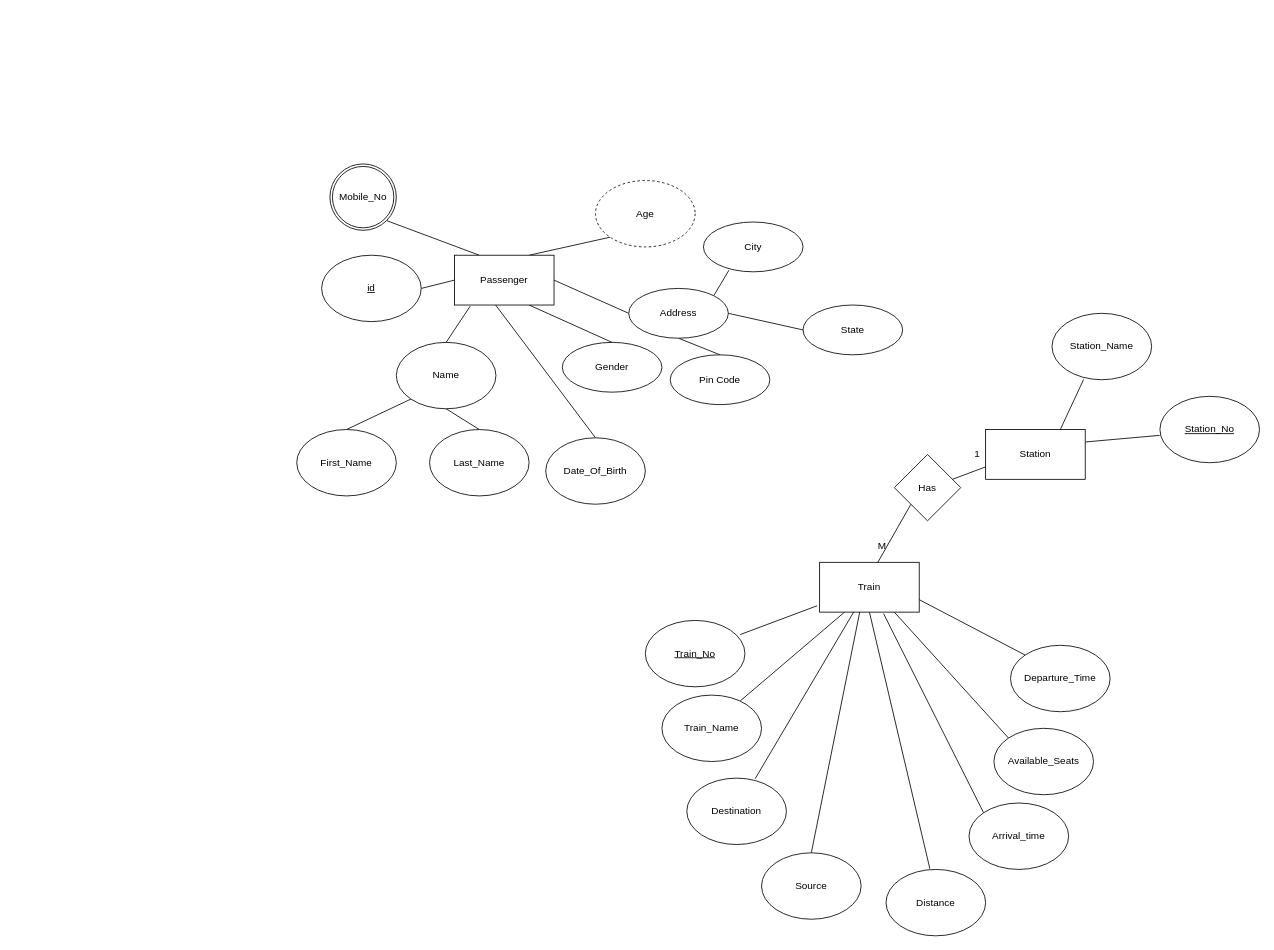
Above: Railway-Management-System.drawio in TopVirusMinus/Railway-Management-System-Database (draw.io), before the change. Source tidied: cells renumbered, new cells numbered last; positions are measured from the earlier drawing's top-left corner, leaving out a move shared by most shapes. Both pictures are drawn from the tidied source at 83%, with x=0, y=0 at pixel (296, 164).
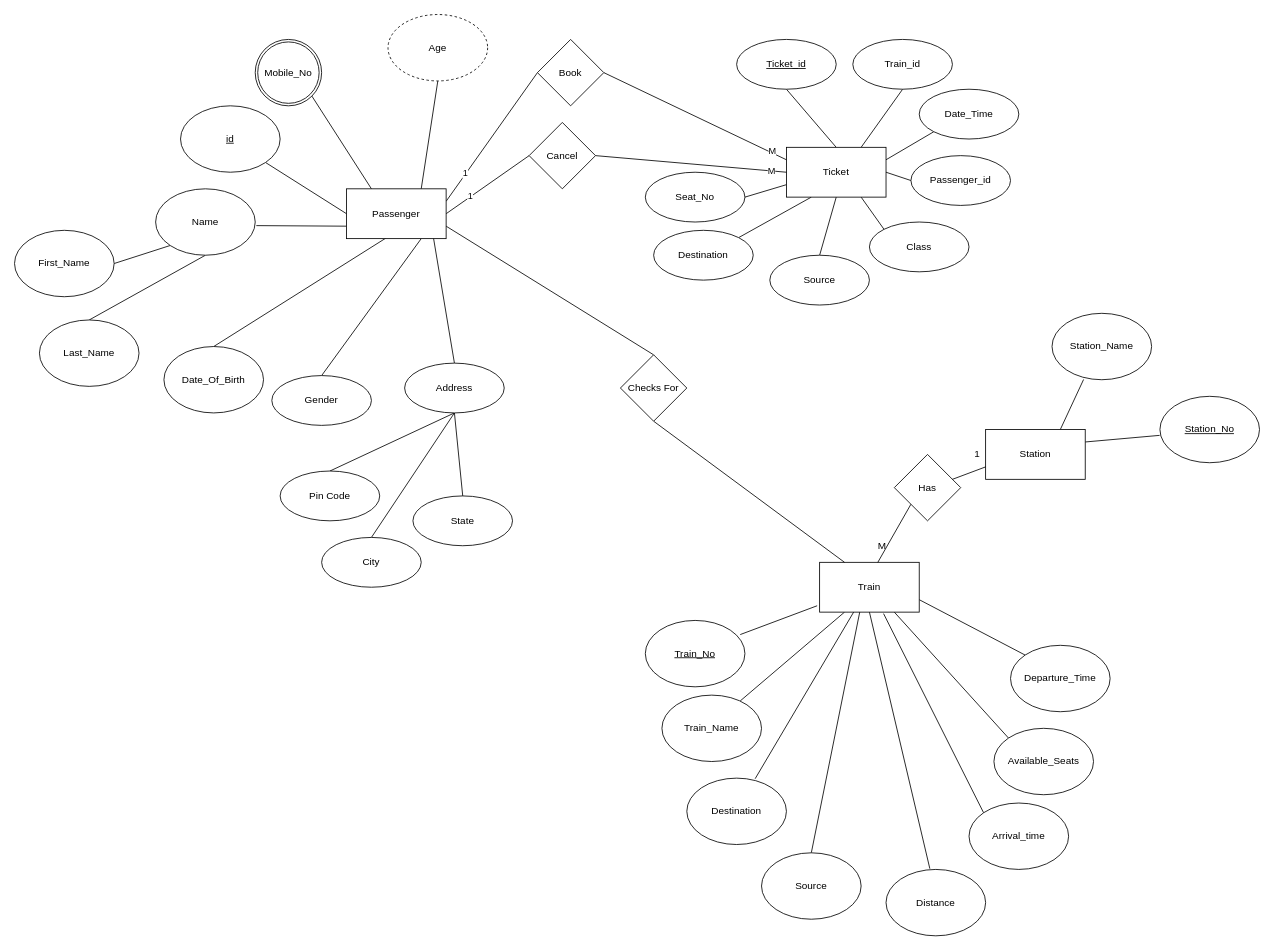
After the change.

Commit message:
Added ticket entity

Unchanged cells that the change refers to:
```xml
<mxCell id="11" value="Train" style="rounded=0;whiteSpace=wrap;html=1;hachureGap=4;" parent="1" vertex="1">
  <mxGeometry x="630" y="480" width="120" height="60" as="geometry" />
</mxCell>
```

Change to the diagram source:
```diff
@@
-    <mxCell id="29" style="endArrow=none;html=1;rounded=0;sourcePerimeterSpacing=8;targetPerimeterSpacing=8;entryX=1;entryY=0.5;entryDx=0;entryDy=0;exitX=0;exitY=0.5;exitDx=0;exitDy=0;" parent="1" edge="1" source="36" target="40">
+    <mxCell id="29" style="endArrow=none;html=1;rounded=0;sourcePerimeterSpacing=8;targetPerimeterSpacing=8;entryX=1;entryY=1;entryDx=0;entryDy=0;exitX=0;exitY=0.5;exitDx=0;exitDy=0;" parent="1" edge="1" source="36" target="40">
       <mxGeometry relative="1" as="geometry" />
     </mxCell>
@@
-    <mxCell id="32" style="endArrow=none;html=1;rounded=0;sourcePerimeterSpacing=8;targetPerimeterSpacing=8;entryX=0;entryY=1;entryDx=0;entryDy=0;exitX=0.75;exitY=0;exitDx=0;exitDy=0;" parent="1" edge="1" source="36" target="38">
+    <mxCell id="32" style="endArrow=none;html=1;rounded=0;sourcePerimeterSpacing=8;targetPerimeterSpacing=8;entryX=0.5;entryY=1;entryDx=0;entryDy=0;exitX=0.75;exitY=0;exitDx=0;exitDy=0;" parent="1" edge="1" source="36" target="38">
       <mxGeometry relative="1" as="geometry" />
     </mxCell>
-    <mxCell id="33" style="endArrow=none;html=1;rounded=0;sourcePerimeterSpacing=8;targetPerimeterSpacing=8;entryX=0.5;entryY=0;entryDx=0;entryDy=0;exitX=0.159;exitY=1.021;exitDx=0;exitDy=0;exitPerimeter=0;" parent="1" edge="1" source="36" target="43">
+    <mxCell id="33" style="endArrow=none;html=1;rounded=0;sourcePerimeterSpacing=8;targetPerimeterSpacing=8;entryX=1.011;entryY=0.554;entryDx=0;entryDy=0;exitX=0;exitY=0.75;exitDx=0;exitDy=0;entryPerimeter=0;" parent="1" edge="1" source="36" target="43">
       <mxGeometry relative="1" as="geometry" />
     </mxCell>
@@
-    <mxCell id="35" style="endArrow=none;html=1;rounded=0;sourcePerimeterSpacing=8;targetPerimeterSpacing=8;entryX=0;entryY=0.5;entryDx=0;entryDy=0;exitX=1;exitY=0.5;exitDx=0;exitDy=0;" parent="1" edge="1" source="36" target="50">
+    <mxCell id="35" style="endArrow=none;html=1;rounded=0;sourcePerimeterSpacing=8;targetPerimeterSpacing=8;entryX=0.5;entryY=0;entryDx=0;entryDy=0;exitX=0.873;exitY=0.984;exitDx=0;exitDy=0;exitPerimeter=0;" parent="1" edge="1" source="36" target="50">
       <mxGeometry relative="1" as="geometry" />
     </mxCell>
+    <mxCell id="54" style="endArrow=none;html=1;rounded=0;sourcePerimeterSpacing=8;targetPerimeterSpacing=8;entryX=0;entryY=0.5;entryDx=0;entryDy=0;exitX=1;exitY=0.25;exitDx=0;exitDy=0;" parent="1" edge="1" source="36" target="78">
+      <mxGeometry relative="1" as="geometry" />
+    </mxCell>
+    <mxCell id="55" value="1" style="edgeLabel;html=1;align=center;verticalAlign=middle;" parent="54" vertex="1">
+      <mxGeometry x="-0.57" y="1" relative="1" as="geometry" />
+    </mxCell>
+    <mxCell id="56" style="endArrow=none;html=1;rounded=0;sourcePerimeterSpacing=8;targetPerimeterSpacing=8;entryX=0;entryY=0.5;entryDx=0;entryDy=0;exitX=1;exitY=0.5;exitDx=0;exitDy=0;" parent="1" edge="1" source="36" target="81">
+      <mxGeometry relative="1" as="geometry" />
+    </mxCell>
+    <mxCell id="57" value="1" style="edgeLabel;html=1;align=center;verticalAlign=middle;" parent="56" vertex="1">
+      <mxGeometry x="-0.41" y="1" relative="1" as="geometry" />
+    </mxCell>
+    <mxCell id="58" style="endArrow=none;html=1;rounded=0;sourcePerimeterSpacing=8;targetPerimeterSpacing=8;entryX=0.5;entryY=0;entryDx=0;entryDy=0;exitX=1;exitY=0.75;exitDx=0;exitDy=0;" parent="1" edge="1" source="36" target="83">
+      <mxGeometry relative="1" as="geometry" />
+    </mxCell>
     <mxCell id="36" value="Passenger" style="rounded=0;whiteSpace=wrap;html=1;hachureGap=4;" parent="1" vertex="1">
-      <mxGeometry x="190" y="110" width="120" height="60" as="geometry" />
+      <mxGeometry x="60" y="30" width="120" height="60" as="geometry" />
     </mxCell>
     <mxCell id="37" value="Date_Of_Birth" style="ellipse;whiteSpace=wrap;html=1;hachureGap=4;" parent="1" vertex="1">
-      <mxGeometry x="300" y="330" width="120" height="80" as="geometry" />
+      <mxGeometry x="-160" y="220" width="120" height="80" as="geometry" />
     </mxCell>
     <mxCell id="38" value="Age" style="ellipse;whiteSpace=wrap;html=1;hachureGap=4;dashed=1;" parent="1" vertex="1">
-      <mxGeometry x="360" y="20" width="120" height="80" as="geometry" />
+      <mxGeometry x="110" y="-180" width="120" height="80" as="geometry" />
     </mxCell>
     <mxCell id="39" value="Mobile_No" style="ellipse;shape=doubleEllipse;whiteSpace=wrap;html=1;hachureGap=4;margin=3;" parent="1" vertex="1">
-      <mxGeometry x="40" width="80" height="80" as="geometry" />
+      <mxGeometry x="-50" y="-150" width="80" height="80" as="geometry" />
     </mxCell>
     <mxCell id="40" value="&lt;u&gt;id&lt;/u&gt;" style="ellipse;whiteSpace=wrap;html=1;hachureGap=4;" parent="1" vertex="1">
-      <mxGeometry x="30" y="110" width="120" height="80" as="geometry" />
+      <mxGeometry x="-140" y="-70" width="120" height="80" as="geometry" />
     </mxCell>
-    <mxCell id="41" style="endArrow=none;html=1;rounded=0;sourcePerimeterSpacing=8;targetPerimeterSpacing=8;entryX=0.5;entryY=0;entryDx=0;entryDy=0;exitX=0;exitY=1;exitDx=0;exitDy=0;" parent="1" edge="1" source="43" target="44">
+    <mxCell id="41" style="endArrow=none;html=1;rounded=0;sourcePerimeterSpacing=8;targetPerimeterSpacing=8;entryX=1;entryY=0.5;entryDx=0;entryDy=0;exitX=0;exitY=1;exitDx=0;exitDy=0;" parent="1" edge="1" source="43" target="44">
       <mxGeometry relative="1" as="geometry" />
     </mxCell>
@@
     <mxCell id="43" value="Name" style="ellipse;whiteSpace=wrap;html=1;hachureGap=4;" parent="1" vertex="1">
-      <mxGeometry x="120" y="215" width="120" height="80" as="geometry" />
+      <mxGeometry x="-170" y="30" width="120" height="80" as="geometry" />
     </mxCell>
     <mxCell id="44" value="First_Name" style="ellipse;whiteSpace=wrap;html=1;hachureGap=4;" parent="1" vertex="1">
-      <mxGeometry y="320" width="120" height="80" as="geometry" />
+      <mxGeometry x="-340" y="80" width="120" height="80" as="geometry" />
     </mxCell>
     <mxCell id="45" value="Last_Name" style="ellipse;whiteSpace=wrap;html=1;hachureGap=4;" parent="1" vertex="1">
-      <mxGeometry x="160" y="320" width="120" height="80" as="geometry" />
+      <mxGeometry x="-310" y="188" width="120" height="80" as="geometry" />
     </mxCell>
     <mxCell id="46" value="Gender" style="ellipse;whiteSpace=wrap;html=1;hachureGap=4;" parent="1" vertex="1">
-      <mxGeometry x="320" y="215" width="120" height="60" as="geometry" />
+      <mxGeometry x="-30" y="255" width="120" height="60" as="geometry" />
     </mxCell>
-    <mxCell id="47" style="endArrow=none;html=1;rounded=0;sourcePerimeterSpacing=8;targetPerimeterSpacing=8;entryX=0.256;entryY=0.968;entryDx=0;entryDy=0;exitX=1;exitY=0;exitDx=0;exitDy=0;entryPerimeter=0;" parent="1" edge="1" source="50" target="51">
+    <mxCell id="47" style="endArrow=none;html=1;rounded=0;sourcePerimeterSpacing=8;targetPerimeterSpacing=8;entryX=0.5;entryY=0;entryDx=0;entryDy=0;exitX=0.5;exitY=1;exitDx=0;exitDy=0;" parent="1" edge="1" source="50" target="51">
       <mxGeometry relative="1" as="geometry" />
     </mxCell>
@@
-    <mxCell id="49" style="endArrow=none;html=1;rounded=0;sourcePerimeterSpacing=8;targetPerimeterSpacing=8;entryX=0;entryY=0.5;entryDx=0;entryDy=0;exitX=1;exitY=0.5;exitDx=0;exitDy=0;" parent="1" edge="1" source="50" target="53">
+    <mxCell id="49" style="endArrow=none;html=1;rounded=0;sourcePerimeterSpacing=8;targetPerimeterSpacing=8;entryX=0.5;entryY=0;entryDx=0;entryDy=0;exitX=0.5;exitY=1;exitDx=0;exitDy=0;" parent="1" edge="1" source="50" target="53">
       <mxGeometry relative="1" as="geometry" />
     </mxCell>
     <mxCell id="50" value="Address" style="ellipse;whiteSpace=wrap;html=1;hachureGap=4;" parent="1" vertex="1">
-      <mxGeometry x="400" y="150" width="120" height="60" as="geometry" />
+      <mxGeometry x="130" y="240" width="120" height="60" as="geometry" />
     </mxCell>
     <mxCell id="51" value="City" style="ellipse;whiteSpace=wrap;html=1;hachureGap=4;" parent="1" vertex="1">
-      <mxGeometry x="490" y="70" width="120" height="60" as="geometry" />
+      <mxGeometry x="30" y="450" width="120" height="60" as="geometry" />
     </mxCell>
     <mxCell id="52" value="Pin Code" style="ellipse;whiteSpace=wrap;html=1;hachureGap=4;" parent="1" vertex="1">
-      <mxGeometry x="450" y="230" width="120" height="60" as="geometry" />
+      <mxGeometry x="-20" y="370" width="120" height="60" as="geometry" />
     </mxCell>
     <mxCell id="53" value="State" style="ellipse;whiteSpace=wrap;html=1;hachureGap=4;" parent="1" vertex="1">
-      <mxGeometry x="610" y="170" width="120" height="60" as="geometry" />
+      <mxGeometry x="140" y="400" width="120" height="60" as="geometry" />
     </mxCell>
+    <mxCell id="59" style="endArrow=none;html=1;rounded=0;sourcePerimeterSpacing=8;targetPerimeterSpacing=8;entryX=1;entryY=0.5;entryDx=0;entryDy=0;exitX=0;exitY=0.75;exitDx=0;exitDy=0;" parent="1" edge="1" source="67" target="68">
+      <mxGeometry relative="1" as="geometry" />
+    </mxCell>
+    <mxCell id="60" style="endArrow=none;html=1;rounded=0;sourcePerimeterSpacing=8;targetPerimeterSpacing=8;entryX=0.5;entryY=1;entryDx=0;entryDy=0;exitX=0.5;exitY=0;exitDx=0;exitDy=0;" parent="1" edge="1" source="67" target="75">
+      <mxGeometry relative="1" as="geometry" />
+    </mxCell>
+    <mxCell id="61" style="endArrow=none;html=1;rounded=0;sourcePerimeterSpacing=8;targetPerimeterSpacing=8;entryX=0.5;entryY=1;entryDx=0;entryDy=0;exitX=0.75;exitY=0;exitDx=0;exitDy=0;" parent="1" edge="1" source="67" target="74">
+      <mxGeometry relative="1" as="geometry" />
+    </mxCell>
+    <mxCell id="62" style="endArrow=none;html=1;rounded=0;sourcePerimeterSpacing=8;targetPerimeterSpacing=8;entryX=0;entryY=1;entryDx=0;entryDy=0;exitX=1;exitY=0.25;exitDx=0;exitDy=0;" parent="1" edge="1" source="67" target="73">
+      <mxGeometry relative="1" as="geometry" />
+    </mxCell>
+    <mxCell id="63" style="endArrow=none;html=1;rounded=0;sourcePerimeterSpacing=8;targetPerimeterSpacing=8;entryX=0;entryY=0.5;entryDx=0;entryDy=0;exitX=1;exitY=0.5;exitDx=0;exitDy=0;" parent="1" edge="1" source="67" target="72">
+      <mxGeometry relative="1" as="geometry" />
+    </mxCell>
+    <mxCell id="64" style="endArrow=none;html=1;rounded=0;sourcePerimeterSpacing=8;targetPerimeterSpacing=8;entryX=0;entryY=0;entryDx=0;entryDy=0;exitX=0.75;exitY=1;exitDx=0;exitDy=0;" parent="1" edge="1" source="67" target="71">
+      <mxGeometry relative="1" as="geometry" />
+    </mxCell>
+    <mxCell id="65" style="endArrow=none;html=1;rounded=0;sourcePerimeterSpacing=8;targetPerimeterSpacing=8;entryX=0.5;entryY=0;entryDx=0;entryDy=0;exitX=0.5;exitY=1;exitDx=0;exitDy=0;" parent="1" edge="1" source="67" target="70">
+      <mxGeometry relative="1" as="geometry" />
+    </mxCell>
+    <mxCell id="66" style="endArrow=none;html=1;rounded=0;sourcePerimeterSpacing=8;targetPerimeterSpacing=8;entryX=1;entryY=0;entryDx=0;entryDy=0;exitX=0.25;exitY=1;exitDx=0;exitDy=0;" parent="1" edge="1" source="67" target="69">
+      <mxGeometry relative="1" as="geometry" />
+    </mxCell>
+    <mxCell id="67" value="Ticket" style="rounded=0;whiteSpace=wrap;html=1;hachureGap=4;" parent="1" vertex="1">
+      <mxGeometry x="590" y="-20" width="120" height="60" as="geometry" />
+    </mxCell>
+    <mxCell id="68" value="Seat_No" style="ellipse;whiteSpace=wrap;html=1;hachureGap=4;" parent="1" vertex="1">
+      <mxGeometry x="420" y="10" width="120" height="60" as="geometry" />
+    </mxCell>
+    <mxCell id="69" value="Destination" style="ellipse;whiteSpace=wrap;html=1;hachureGap=4;" parent="1" vertex="1">
+      <mxGeometry x="430" y="80" width="120" height="60" as="geometry" />
+    </mxCell>
+    <mxCell id="70" value="Source" style="ellipse;whiteSpace=wrap;html=1;hachureGap=4;" parent="1" vertex="1">
+      <mxGeometry x="570" y="110" width="120" height="60" as="geometry" />
+    </mxCell>
+    <mxCell id="71" value="Class" style="ellipse;whiteSpace=wrap;html=1;hachureGap=4;" parent="1" vertex="1">
+      <mxGeometry x="690" y="70" width="120" height="60" as="geometry" />
+    </mxCell>
+    <mxCell id="72" value="Passenger_id" style="ellipse;whiteSpace=wrap;html=1;hachureGap=4;" parent="1" vertex="1">
+      <mxGeometry x="740" y="-10" width="120" height="60" as="geometry" />
+    </mxCell>
+    <mxCell id="73" value="Date_Time" style="ellipse;whiteSpace=wrap;html=1;hachureGap=4;" parent="1" vertex="1">
+      <mxGeometry x="750" y="-90" width="120" height="60" as="geometry" />
+    </mxCell>
+    <mxCell id="74" value="Train_id" style="ellipse;whiteSpace=wrap;html=1;hachureGap=4;" parent="1" vertex="1">
+      <mxGeometry x="670" y="-150" width="120" height="60" as="geometry" />
+    </mxCell>
+    <mxCell id="75" value="&lt;u&gt;Ticket_id&lt;/u&gt;" style="ellipse;whiteSpace=wrap;html=1;hachureGap=4;" parent="1" vertex="1">
+      <mxGeometry x="530" y="-150" width="120" height="60" as="geometry" />
+    </mxCell>
+    <mxCell id="76" style="endArrow=none;html=1;rounded=0;sourcePerimeterSpacing=8;targetPerimeterSpacing=8;entryX=0;entryY=0.25;entryDx=0;entryDy=0;exitX=1;exitY=0.5;exitDx=0;exitDy=0;" parent="1" edge="1" source="78" target="67">
+      <mxGeometry relative="1" as="geometry" />
+    </mxCell>
+    <mxCell id="77" value="M" style="edgeLabel;html=1;align=center;verticalAlign=middle;" parent="76" vertex="1">
+      <mxGeometry x="0.83" y="3" relative="1" as="geometry" />
+    </mxCell>
+    <mxCell id="78" value="Book" style="rhombus;whiteSpace=wrap;html=1;hachureGap=4;" parent="1" vertex="1">
+      <mxGeometry x="290" y="-150" width="80" height="80" as="geometry" />
+    </mxCell>
+    <mxCell id="79" style="endArrow=none;html=1;rounded=0;sourcePerimeterSpacing=8;targetPerimeterSpacing=8;entryX=0;entryY=0.5;entryDx=0;entryDy=0;exitX=1;exitY=0.5;exitDx=0;exitDy=0;" parent="1" edge="1" source="81" target="67">
+      <mxGeometry relative="1" as="geometry" />
+    </mxCell>
+    <mxCell id="80" value="M" style="edgeLabel;html=1;align=center;verticalAlign=middle;" parent="79" vertex="1">
+      <mxGeometry x="0.84" relative="1" as="geometry" />
+    </mxCell>
+    <mxCell id="81" value="Cancel" style="rhombus;whiteSpace=wrap;html=1;hachureGap=4;" parent="1" vertex="1">
+      <mxGeometry x="280" y="-50" width="80" height="80" as="geometry" />
+    </mxCell>
+    <mxCell id="82" style="endArrow=none;html=1;rounded=0;sourcePerimeterSpacing=8;targetPerimeterSpacing=8;entryX=0.25;entryY=0;entryDx=0;entryDy=0;exitX=0.5;exitY=1;exitDx=0;exitDy=0;" parent="1" edge="1" source="83" target="11">
+      <mxGeometry relative="1" as="geometry" />
+    </mxCell>
+    <mxCell id="83" value="Checks For" style="rhombus;whiteSpace=wrap;html=1;hachureGap=4;" parent="1" vertex="1">
+      <mxGeometry x="390" y="230" width="80" height="80" as="geometry" />
+    </mxCell>
```
